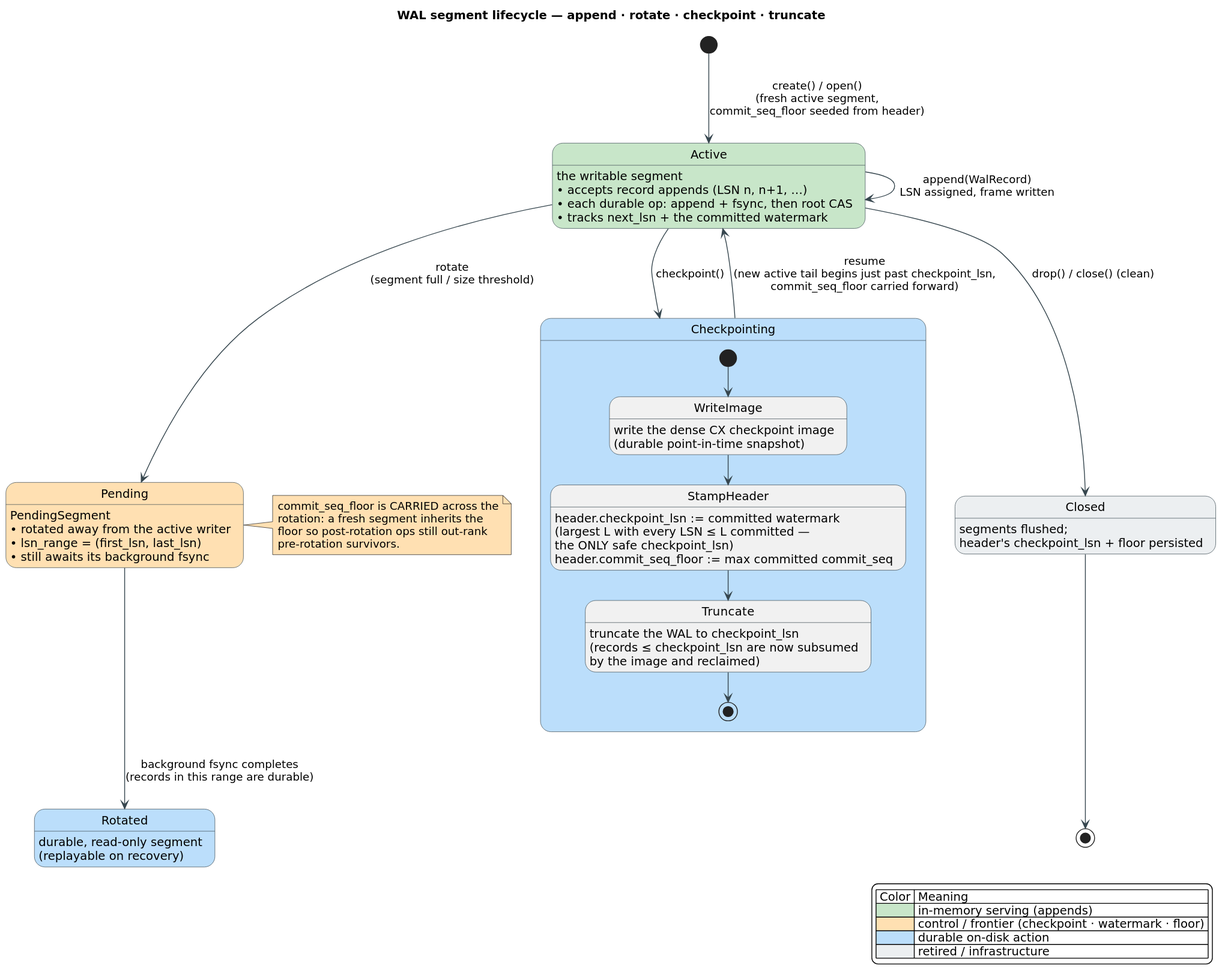
vinary-tree/libdictenstein keeps this PlantUML diagram as docs/diagrams/wal-segment-lifecycle.svg. Above is the earlier version. Its source is kept beside it as docs/diagrams/src/wal-segment-lifecycle.puml. The source it was exported from:
```plantuml
@startuml wal-segment-lifecycle
skinparam backgroundColor #FFFFFF
skinparam defaultFontName "DejaVu Sans"
skinparam shadowing false
skinparam ArrowColor #37474F
skinparam state {
  BorderColor #37474F
  FontName "DejaVu Sans"
}

title WAL segment lifecycle — append · rotate · checkpoint · truncate

[*] --> Active : create() / open()\n(fresh active segment,\ncommit_seq_floor seeded from header)

state Active #C8E6C9 : the writable segment\n• accepts record appends (LSN n, n+1, …)\n• each durable op: append + fsync, then root CAS\n• tracks next_lsn + the committed watermark
Active --> Active : append(WalRecord)\nLSN assigned, frame written

Active --> Pending : rotate\n(segment full / size threshold)
state Pending #FFE0B2 : PendingSegment\n• rotated away from the active writer\n• lsn_range = (first_lsn, last_lsn)\n• still awaits its background fsync
Pending --> Rotated : background fsync completes\n(records in this range are durable)
state Rotated #BBDEFB : durable, read-only segment\n(replayable on recovery)

note right of Pending #FFE0B2
  commit_seq_floor is CARRIED across the
  rotation: a fresh segment inherits the
  floor so post-rotation ops still out-rank
  pre-rotation survivors.
end note

Active --> Checkpointing : checkpoint()
state Checkpointing #BBDEFB {
  [*] --> WriteImage
  WriteImage : write the dense CX checkpoint image\n(durable point-in-time snapshot)
  WriteImage --> StampHeader
  StampHeader : header.checkpoint_lsn := committed watermark\n(largest L with every LSN ≤ L committed —\nthe ONLY safe checkpoint_lsn)\nheader.commit_seq_floor := max committed commit_seq
  StampHeader --> Truncate
  Truncate : truncate the WAL to checkpoint_lsn\n(records ≤ checkpoint_lsn are now subsumed\nby the image and reclaimed)
  Truncate --> [*]
}
Checkpointing --> Active : resume\n(new active tail begins just past checkpoint_lsn,\ncommit_seq_floor carried forward)

Active --> Closed : drop() / close() (clean)
state Closed #ECEFF1 : segments flushed;\nheader's checkpoint_lsn + floor persisted
Closed --> [*]

legend right
| Color | Meaning |
|<#C8E6C9>| in-memory serving (appends) |
|<#FFE0B2>| control / frontier (checkpoint · watermark · floor) |
|<#BBDEFB>| durable on-disk action |
|<#ECEFF1>| retired / infrastructure |
endlegend
@enduml
```
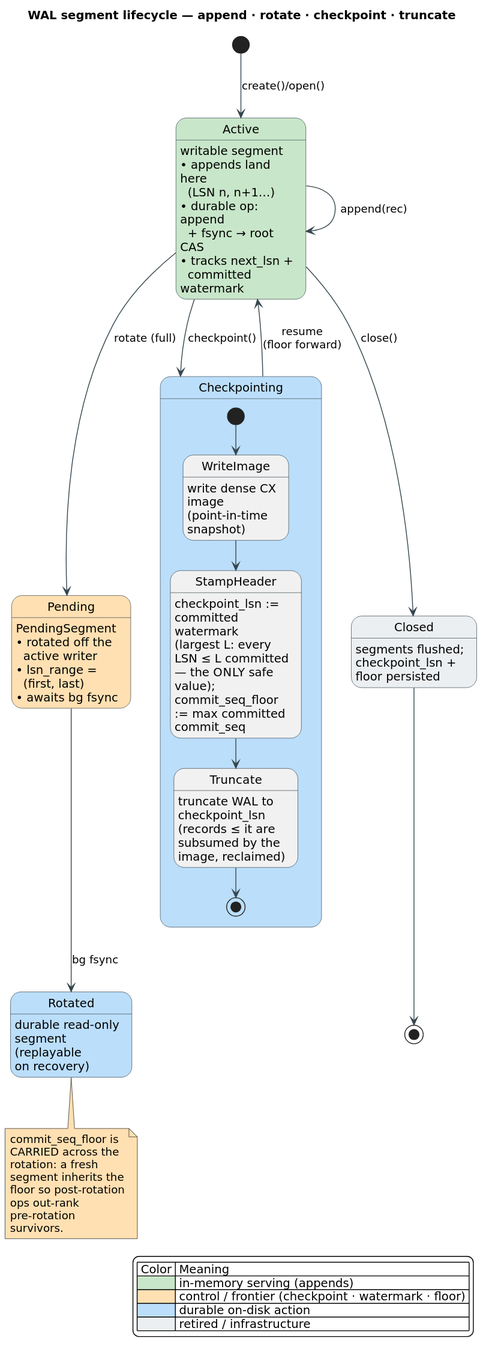
Later version of the same file.

The edit, as a diff of the source:
```diff
@@ -1,8 +1,10 @@
 @startuml wal-segment-lifecycle
 skinparam backgroundColor #FFFFFF
 skinparam defaultFontName "DejaVu Sans"
+skinparam wrapWidth 140
 skinparam shadowing false
 skinparam ArrowColor #37474F
+hide empty description
 skinparam state {
   BorderColor #37474F
   FontName "DejaVu Sans"
@@ -10,37 +12,37 @@
 
 title WAL segment lifecycle — append · rotate · checkpoint · truncate
 
-[*] --> Active : create() / open()\n(fresh active segment,\ncommit_seq_floor seeded from header)
+[*] --> Active : create()/open()
 
-state Active #C8E6C9 : the writable segment\n• accepts record appends (LSN n, n+1, …)\n• each durable op: append + fsync, then root CAS\n• tracks next_lsn + the committed watermark
-Active --> Active : append(WalRecord)\nLSN assigned, frame written
+state Active #C8E6C9 : writable segment\n• appends land here\n  (LSN n, n+1…)\n• durable op: append\n  + fsync → root CAS\n• tracks next_lsn +\n  committed watermark
+Active --> Active : append(rec)
 
-Active --> Pending : rotate\n(segment full / size threshold)
-state Pending #FFE0B2 : PendingSegment\n• rotated away from the active writer\n• lsn_range = (first_lsn, last_lsn)\n• still awaits its background fsync
-Pending --> Rotated : background fsync completes\n(records in this range are durable)
-state Rotated #BBDEFB : durable, read-only segment\n(replayable on recovery)
+Active --> Pending : rotate (full)
+state Pending #FFE0B2 : PendingSegment\n• rotated off the\n  active writer\n• lsn_range =\n  (first, last)\n• awaits bg fsync
+Pending --> Rotated : bg fsync
+state Rotated #BBDEFB : durable read-only\nsegment (replayable\non recovery)
 
-note right of Pending #FFE0B2
+note bottom of Rotated #FFE0B2
   commit_seq_floor is CARRIED across the
   rotation: a fresh segment inherits the
-  floor so post-rotation ops still out-rank
+  floor so post-rotation ops out-rank
   pre-rotation survivors.
 end note
 
 Active --> Checkpointing : checkpoint()
 state Checkpointing #BBDEFB {
   [*] --> WriteImage
-  WriteImage : write the dense CX checkpoint image\n(durable point-in-time snapshot)
+  WriteImage : write dense CX image\n(point-in-time snapshot)
   WriteImage --> StampHeader
-  StampHeader : header.checkpoint_lsn := committed watermark\n(largest L with every LSN ≤ L committed —\nthe ONLY safe checkpoint_lsn)\nheader.commit_seq_floor := max committed commit_seq
+  StampHeader : checkpoint_lsn :=\ncommitted\nwatermark\n(largest L: every\nLSN ≤ L committed\n— the ONLY safe\nvalue);\ncommit_seq_floor\n:= max committed\ncommit_seq
   StampHeader --> Truncate
-  Truncate : truncate the WAL to checkpoint_lsn\n(records ≤ checkpoint_lsn are now subsumed\nby the image and reclaimed)
+  Truncate : truncate WAL to\ncheckpoint_lsn\n(records ≤ it are\nsubsumed by the\nimage, reclaimed)
   Truncate --> [*]
 }
-Checkpointing --> Active : resume\n(new active tail begins just past checkpoint_lsn,\ncommit_seq_floor carried forward)
+Checkpointing --> Active : resume\n(floor forward)
 
-Active --> Closed : drop() / close() (clean)
-state Closed #ECEFF1 : segments flushed;\nheader's checkpoint_lsn + floor persisted
+Active --> Closed : close()
+state Closed #ECEFF1 : segments flushed;\ncheckpoint_lsn +\nfloor persisted
 Closed --> [*]
 
 legend right
```
